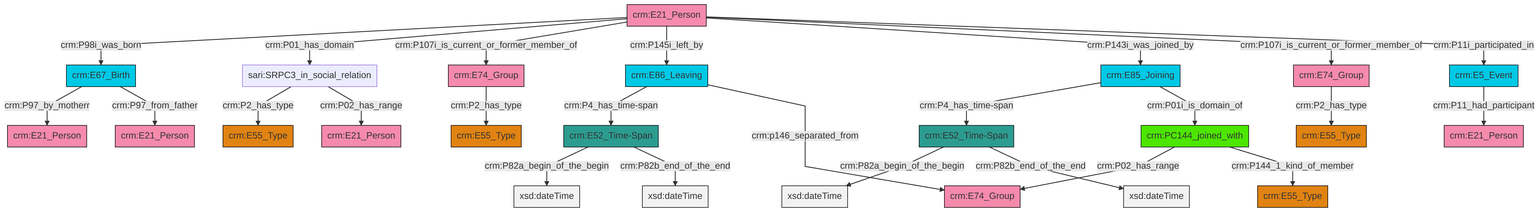
swiss-art-research-net/reference-data-models keeps this Mermaid diagram as et/personCSV/ttl/mmd/png/Person_Actor_Relations.png. Above is the earlier version. Its source is kept beside it as et/personCSV/ttl/mmd/Person_Actor_Relations.ttl.mmd. Source of this version:
```mermaid
graph TD
classDef Literal fill:#f2f2f2,stroke:#000000;
classDef CRM_Entity fill:#FFFFFF,stroke:#000000;
classDef Temporal_Entity fill:#00C9E6, stroke:#000000;
classDef Type fill:#E18312, stroke:#000000;
classDef Time-Span fill:#2C9C91, stroke:#000000;
classDef Appellation fill:#FFEB7F, stroke:#000000;
classDef Place fill:#008836, stroke:#000000;
classDef Persistent_Item fill:#B266B2, stroke:#000000;
classDef Conceptual_Object fill:#FFD700, stroke:#000000;
classDef Physical_Thing fill:#D2B48C, stroke:#000000;
classDef Actor fill:#f58aad, stroke:#000000;
classDef PC_Classes fill:#4ce600, stroke:#000000;
classDef Multi fill:#cccccc,stroke:#000000;

0["crm:E21_Person"]:::Actor -->|crm:P98i_was_born| 1["crm:E67_Birth"]:::Temporal_Entity
2["sari:SRPC3_in_social_relation"]:::Default -->|crm:P2_has_type| 3["crm:E55_Type"]:::Type
0["crm:E21_Person"]:::Actor -->|crm:P01_has_domain| 2["sari:SRPC3_in_social_relation"]:::Default
0["crm:E21_Person"]:::Actor -->|crm:P107i_is_current_or_former_member_of| 4["crm:E74_Group"]:::Actor
5["crm:E52_Time-Span"]:::Time-Span -->|crm:P82a_begin_of_the_begin| 6[xsd:dateTime]:::Literal
8["crm:E74_Group"]:::Actor -->|crm:P2_has_type| 9["crm:E55_Type"]:::Type
10["crm:E86_Leaving"]:::Temporal_Entity -->|crm:P4_has_time-span| 5["crm:E52_Time-Span"]:::Time-Span
11["crm:E52_Time-Span"]:::Time-Span -->|crm:P82a_begin_of_the_begin| 12[xsd:dateTime]:::Literal
13["crm:E85_Joining"]:::Temporal_Entity -->|crm:P4_has_time-span| 11["crm:E52_Time-Span"]:::Time-Span
14["crm:E5_Event"]:::Temporal_Entity -->|crm:P11_had_participant| 15["crm:E21_Person"]:::Actor
0["crm:E21_Person"]:::Actor -->|crm:P145i_left_by| 10["crm:E86_Leaving"]:::Temporal_Entity
20["crm:PC144_joined_with"]:::PC_Classes -->|crm:P02_has_range| 21["crm:E74_Group"]:::Actor
5["crm:E52_Time-Span"]:::Time-Span -->|crm:P82b_end_of_the_end| 22[xsd:dateTime]:::Literal
11["crm:E52_Time-Span"]:::Time-Span -->|crm:P82b_end_of_the_end| 26[xsd:dateTime]:::Literal
4["crm:E74_Group"]:::Actor -->|crm:P2_has_type| 16["crm:E55_Type"]:::Type
10["crm:E86_Leaving"]:::Temporal_Entity -->|crm:p146_separated_from| 21["crm:E74_Group"]:::Actor
1["crm:E67_Birth"]:::Temporal_Entity -->|crm:P97_by_motherr| 31["crm:E21_Person"]:::Actor
1["crm:E67_Birth"]:::Temporal_Entity -->|crm:P97_from_father| 32["crm:E21_Person"]:::Actor
13["crm:E85_Joining"]:::Temporal_Entity -->|crm:P01i_is_domain_of| 20["crm:PC144_joined_with"]:::PC_Classes
0["crm:E21_Person"]:::Actor -->|crm:P143i_was_joined_by| 13["crm:E85_Joining"]:::Temporal_Entity
0["crm:E21_Person"]:::Actor -->|crm:P107i_is_current_or_former_member_of| 8["crm:E74_Group"]:::Actor
0["crm:E21_Person"]:::Actor -->|crm:P11i_participated_in| 14["crm:E5_Event"]:::Temporal_Entity
20["crm:PC144_joined_with"]:::PC_Classes -->|crm:P144_1_kind_of_member| 39["crm:E55_Type"]:::Type
2["sari:SRPC3_in_social_relation"]:::Default -->|crm:P02_has_range| 27["crm:E21_Person"]:::Actor
```
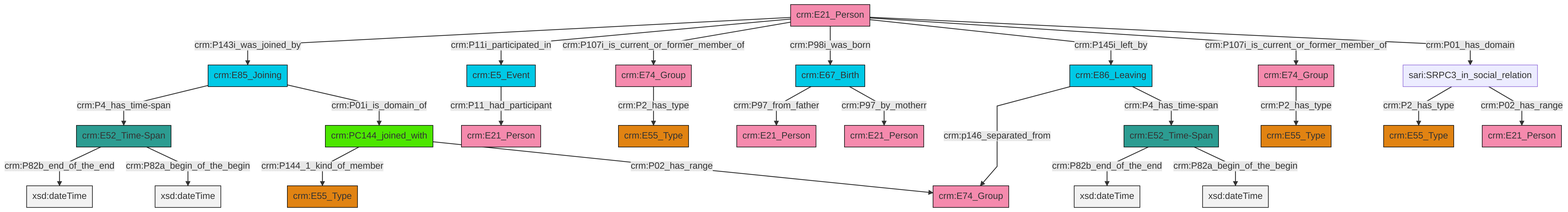
Above is the later version.

What changed in the source:
```diff
@@ -13,27 +13,27 @@
 classDef PC_Classes fill:#4ce600, stroke:#000000;
 classDef Multi fill:#cccccc,stroke:#000000;
 
-0["crm:E21_Person"]:::Actor -->|crm:P98i_was_born| 1["crm:E67_Birth"]:::Temporal_Entity
-2["sari:SRPC3_in_social_relation"]:::Default -->|crm:P2_has_type| 3["crm:E55_Type"]:::Type
-0["crm:E21_Person"]:::Actor -->|crm:P01_has_domain| 2["sari:SRPC3_in_social_relation"]:::Default
-0["crm:E21_Person"]:::Actor -->|crm:P107i_is_current_or_former_member_of| 4["crm:E74_Group"]:::Actor
-5["crm:E52_Time-Span"]:::Time-Span -->|crm:P82a_begin_of_the_begin| 6[xsd:dateTime]:::Literal
-8["crm:E74_Group"]:::Actor -->|crm:P2_has_type| 9["crm:E55_Type"]:::Type
-10["crm:E86_Leaving"]:::Temporal_Entity -->|crm:P4_has_time-span| 5["crm:E52_Time-Span"]:::Time-Span
-11["crm:E52_Time-Span"]:::Time-Span -->|crm:P82a_begin_of_the_begin| 12[xsd:dateTime]:::Literal
-13["crm:E85_Joining"]:::Temporal_Entity -->|crm:P4_has_time-span| 11["crm:E52_Time-Span"]:::Time-Span
-14["crm:E5_Event"]:::Temporal_Entity -->|crm:P11_had_participant| 15["crm:E21_Person"]:::Actor
-0["crm:E21_Person"]:::Actor -->|crm:P145i_left_by| 10["crm:E86_Leaving"]:::Temporal_Entity
-20["crm:PC144_joined_with"]:::PC_Classes -->|crm:P02_has_range| 21["crm:E74_Group"]:::Actor
-5["crm:E52_Time-Span"]:::Time-Span -->|crm:P82b_end_of_the_end| 22[xsd:dateTime]:::Literal
-11["crm:E52_Time-Span"]:::Time-Span -->|crm:P82b_end_of_the_end| 26[xsd:dateTime]:::Literal
-4["crm:E74_Group"]:::Actor -->|crm:P2_has_type| 16["crm:E55_Type"]:::Type
-10["crm:E86_Leaving"]:::Temporal_Entity -->|crm:p146_separated_from| 21["crm:E74_Group"]:::Actor
-1["crm:E67_Birth"]:::Temporal_Entity -->|crm:P97_by_motherr| 31["crm:E21_Person"]:::Actor
-1["crm:E67_Birth"]:::Temporal_Entity -->|crm:P97_from_father| 32["crm:E21_Person"]:::Actor
-13["crm:E85_Joining"]:::Temporal_Entity -->|crm:P01i_is_domain_of| 20["crm:PC144_joined_with"]:::PC_Classes
-0["crm:E21_Person"]:::Actor -->|crm:P143i_was_joined_by| 13["crm:E85_Joining"]:::Temporal_Entity
-0["crm:E21_Person"]:::Actor -->|crm:P107i_is_current_or_former_member_of| 8["crm:E74_Group"]:::Actor
-0["crm:E21_Person"]:::Actor -->|crm:P11i_participated_in| 14["crm:E5_Event"]:::Temporal_Entity
-20["crm:PC144_joined_with"]:::PC_Classes -->|crm:P144_1_kind_of_member| 39["crm:E55_Type"]:::Type
-2["sari:SRPC3_in_social_relation"]:::Default -->|crm:P02_has_range| 27["crm:E21_Person"]:::Actor
+0["crm:E74_Group"]:::Actor -->|crm:P2_has_type| 1["crm:E55_Type"]:::Type
+2["crm:E74_Group"]:::Actor -->|crm:P2_has_type| 3["crm:E55_Type"]:::Type
+6["crm:E52_Time-Span"]:::Time-Span -->|crm:P82b_end_of_the_end| 7[xsd:dateTime]:::Literal
+9["sari:SRPC3_in_social_relation"]:::Default -->|crm:P2_has_type| 10["crm:E55_Type"]:::Type
+11["crm:E86_Leaving"]:::Temporal_Entity -->|crm:p146_separated_from| 12["crm:E74_Group"]:::Actor
+13["crm:E21_Person"]:::Actor -->|crm:P143i_was_joined_by| 14["crm:E85_Joining"]:::Temporal_Entity
+13["crm:E21_Person"]:::Actor -->|crm:P11i_participated_in| 15["crm:E5_Event"]:::Temporal_Entity
+15["crm:E5_Event"]:::Temporal_Entity -->|crm:P11_had_participant| 16["crm:E21_Person"]:::Actor
+19["crm:PC144_joined_with"]:::PC_Classes -->|crm:P144_1_kind_of_member| 20["crm:E55_Type"]:::Type
+21["crm:E52_Time-Span"]:::Time-Span -->|crm:P82b_end_of_the_end| 22[xsd:dateTime]:::Literal
+13["crm:E21_Person"]:::Actor -->|crm:P107i_is_current_or_former_member_of| 2["crm:E74_Group"]:::Actor
+9["sari:SRPC3_in_social_relation"]:::Default -->|crm:P02_has_range| 24["crm:E21_Person"]:::Actor
+4["crm:E67_Birth"]:::Temporal_Entity -->|crm:P97_from_father| 26["crm:E21_Person"]:::Actor
+14["crm:E85_Joining"]:::Temporal_Entity -->|crm:P4_has_time-span| 21["crm:E52_Time-Span"]:::Time-Span
+13["crm:E21_Person"]:::Actor -->|crm:P98i_was_born| 4["crm:E67_Birth"]:::Temporal_Entity
+21["crm:E52_Time-Span"]:::Time-Span -->|crm:P82a_begin_of_the_begin| 29[xsd:dateTime]:::Literal
+11["crm:E86_Leaving"]:::Temporal_Entity -->|crm:P4_has_time-span| 6["crm:E52_Time-Span"]:::Time-Span
+14["crm:E85_Joining"]:::Temporal_Entity -->|crm:P01i_is_domain_of| 19["crm:PC144_joined_with"]:::PC_Classes
+13["crm:E21_Person"]:::Actor -->|crm:P145i_left_by| 11["crm:E86_Leaving"]:::Temporal_Entity
+19["crm:PC144_joined_with"]:::PC_Classes -->|crm:P02_has_range| 12["crm:E74_Group"]:::Actor
+4["crm:E67_Birth"]:::Temporal_Entity -->|crm:P97_by_motherr| 37["crm:E21_Person"]:::Actor
+13["crm:E21_Person"]:::Actor -->|crm:P107i_is_current_or_former_member_of| 0["crm:E74_Group"]:::Actor
+13["crm:E21_Person"]:::Actor -->|crm:P01_has_domain| 9["sari:SRPC3_in_social_relation"]:::Default
+6["crm:E52_Time-Span"]:::Time-Span -->|crm:P82a_begin_of_the_begin| 46[xsd:dateTime]:::Literal
```
